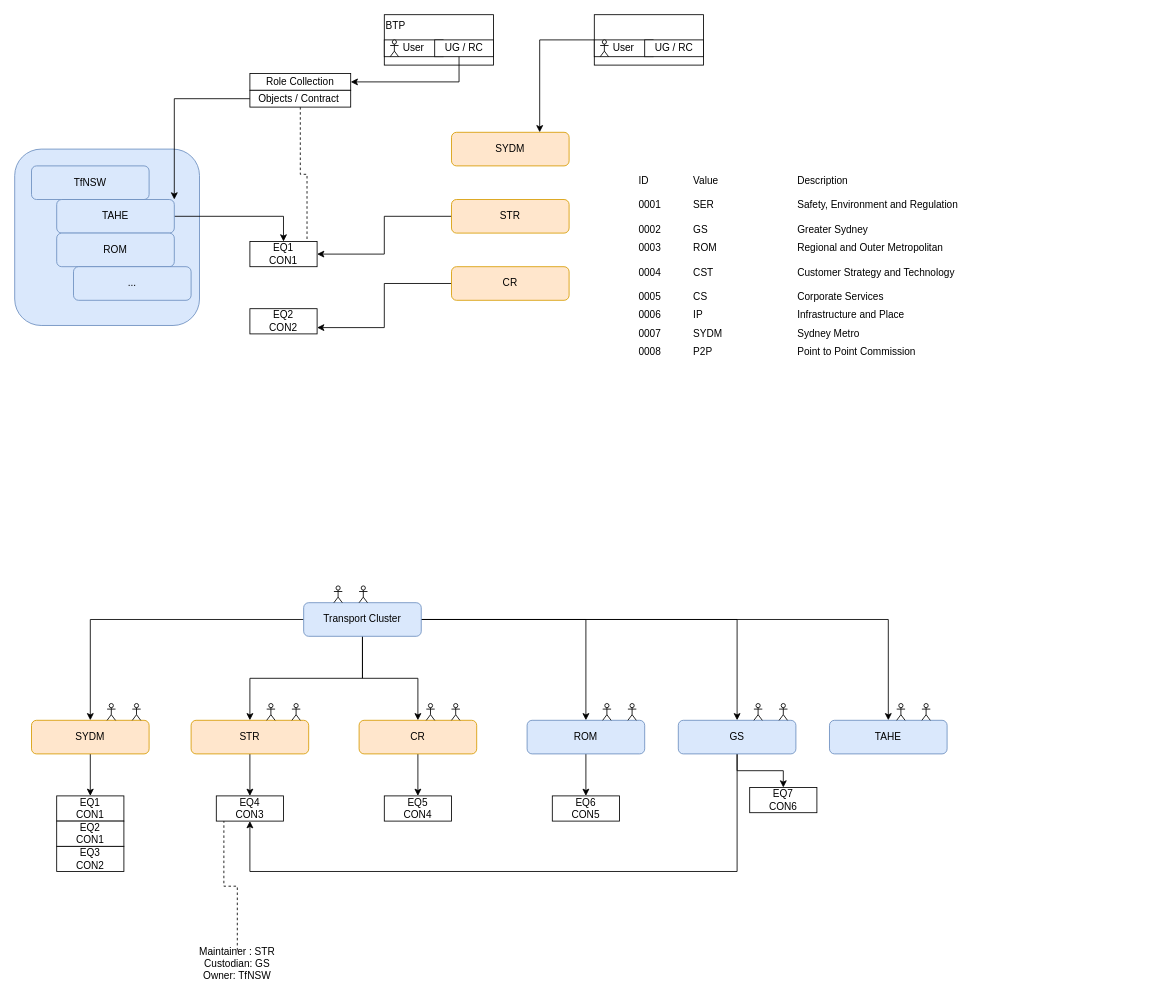
Above: page "DAC" (8 of 12) of Untitled Diagram.drawio in MohdSaifz/geojsons (draw.io), before the change. Source tidied: cells renumbered, new cells numbered last; positions are measured from the earlier drawing's top-left corner, leaving out a move shared by most shapes. Both pictures are drawn from the tidied source at 84%, with x=0, y=0 at pixel (14, 14).
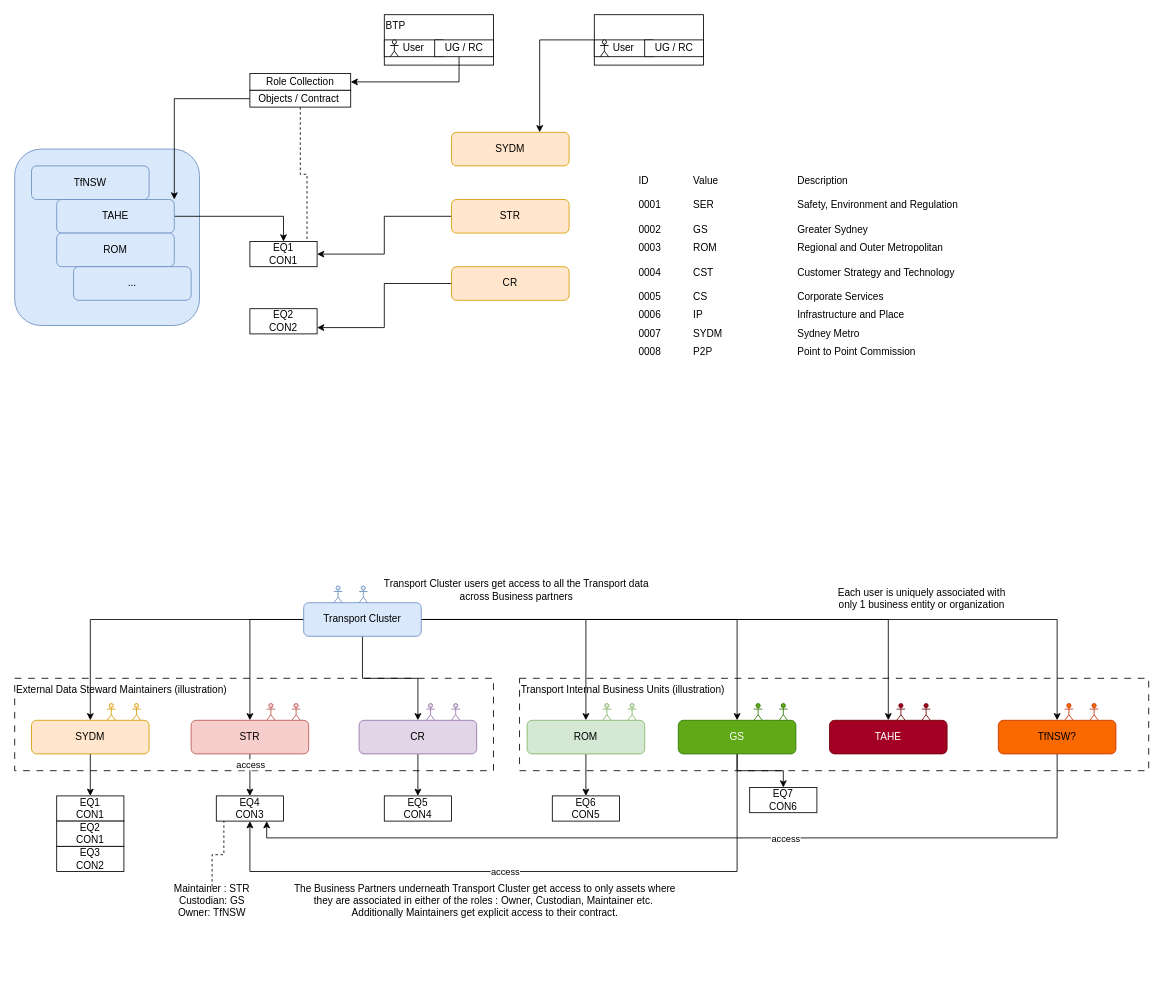
After the change.

Unchanged cells that the change refers to:
```xml
<mxCell id="21" value="Transport Cluster" style="rounded=1;whiteSpace=wrap;html=1;fillColor=#dae8fc;strokeColor=#6c8ebf;" parent="1" vertex="1">
  <mxGeometry x="344" y="700" width="140" height="40" as="geometry" />
</mxCell>
<mxCell id="24" style="edgeStyle=orthogonalEdgeStyle;rounded=0;jettySize=auto;html=1;entryX=0.5;entryY=0;entryDx=0;entryDy=0;" parent="1" edge="1" source="25" target="43">
  <mxGeometry relative="1" as="geometry" />
</mxCell>
<mxCell id="43" value="EQ4&lt;br&gt;CON3" style="rounded=0;whiteSpace=wrap;html=1;" parent="1" vertex="1">
  <mxGeometry x="240" y="930" width="80" height="30" as="geometry" />
</mxCell>
<mxCell id="47" style="edgeStyle=orthogonalEdgeStyle;rounded=0;jettySize=auto;html=1;entryX=0.5;entryY=1;entryDx=0;entryDy=0;" parent="1" edge="1" source="49" target="43">
  <mxGeometry relative="1" as="geometry">
    <Array as="points">
      <mxPoint x="860" y="1020" />
      <mxPoint x="280" y="1020" />
    </Array>
  </mxGeometry>
</mxCell>
```

What changed in the source:
```diff
@@
+    <mxCell id="72" value="Transport Internal Business Units (illustration)" style="rounded=0;whiteSpace=wrap;html=1;dashed=1;dashPattern=8 8;verticalAlign=top;align=left;" parent="1" vertex="1">
+      <mxGeometry x="601" y="790" width="749" height="110" as="geometry" />
+    </mxCell>
+    <mxCell id="73" value="External Data Steward Maintainers (illustration)" style="rounded=0;whiteSpace=wrap;html=1;dashed=1;dashPattern=8 8;verticalAlign=top;align=left;" parent="1" vertex="1">
+      <mxGeometry y="790" width="570" height="110" as="geometry" />
+    </mxCell>
@@
-    <mxCell id="16" style="edgeStyle=orthogonalEdgeStyle;rounded=0;jettySize=auto;html=1;" parent="1" edge="1" source="21" target="25">
+    <mxCell id="16" style="edgeStyle=orthogonalEdgeStyle;rounded=0;jettySize=auto;html=1;exitX=0;exitY=0.5;exitDx=0;exitDy=0;" parent="1" edge="1" source="21" target="25">
       <mxGeometry relative="1" as="geometry" />
     </mxCell>
@@
+    <mxCell id="74" style="edgeStyle=orthogonalEdgeStyle;rounded=0;jettySize=auto;html=1;" parent="1" edge="1" source="21" target="79">
+      <mxGeometry relative="1" as="geometry" />
+    </mxCell>
@@
+    <mxCell id="75" value="access" style="edgeLabel;html=1;align=center;verticalAlign=middle;" parent="24" vertex="1">
+      <mxGeometry x="-0.52" relative="1" as="geometry" />
+    </mxCell>
-    <mxCell id="25" value="STR" style="rounded=1;whiteSpace=wrap;html=1;fillColor=#ffe6cc;strokeColor=#d79b00;" parent="1" vertex="1">
+    <mxCell id="25" value="STR" style="rounded=1;whiteSpace=wrap;html=1;fillColor=#f8cecc;strokeColor=#b85450;" parent="1" vertex="1">
       <mxGeometry x="210" y="840" width="140" height="40" as="geometry" />
     </mxCell>
@@
-    <mxCell id="27" value="CR" style="rounded=1;whiteSpace=wrap;html=1;fillColor=#ffe6cc;strokeColor=#d79b00;" parent="1" vertex="1">
+    <mxCell id="27" value="CR" style="rounded=1;whiteSpace=wrap;html=1;fillColor=#e1d5e7;strokeColor=#9673a6;" parent="1" vertex="1">
       <mxGeometry x="410" y="840" width="140" height="40" as="geometry" />
     </mxCell>
@@
-    <mxCell id="29" value="ROM" style="rounded=1;whiteSpace=wrap;html=1;fillColor=#dae8fc;strokeColor=#6c8ebf;" parent="1" vertex="1">
+    <mxCell id="29" value="ROM" style="rounded=1;whiteSpace=wrap;html=1;fillColor=#d5e8d4;strokeColor=#82b366;" parent="1" vertex="1">
       <mxGeometry x="610" y="840" width="140" height="40" as="geometry" />
     </mxCell>
-    <mxCell id="30" style="shape=umlActor;verticalLabelPosition=bottom;verticalAlign=top;html=1;" parent="1" vertex="1">
+    <mxCell id="30" style="shape=umlActor;verticalLabelPosition=bottom;verticalAlign=top;html=1;fillColor=#dae8fc;strokeColor=#6c8ebf;" parent="1" vertex="1">
       <mxGeometry x="380" y="680" width="10" height="20" as="geometry" />
     </mxCell>
-    <mxCell id="31" style="shape=umlActor;verticalLabelPosition=bottom;verticalAlign=top;html=1;" parent="1" vertex="1">
+    <mxCell id="31" style="shape=umlActor;verticalLabelPosition=bottom;verticalAlign=top;html=1;fillColor=#dae8fc;strokeColor=#6c8ebf;" parent="1" vertex="1">
       <mxGeometry x="410" y="680" width="10" height="20" as="geometry" />
     </mxCell>
-    <mxCell id="32" style="shape=umlActor;verticalLabelPosition=bottom;verticalAlign=top;html=1;" parent="1" vertex="1">
+    <mxCell id="32" style="shape=umlActor;verticalLabelPosition=bottom;verticalAlign=top;html=1;fillColor=#ffe6cc;strokeColor=#d79b00;" parent="1" vertex="1">
       <mxGeometry x="110" y="820" width="10" height="20" as="geometry" />
     </mxCell>
-    <mxCell id="33" style="shape=umlActor;verticalLabelPosition=bottom;verticalAlign=top;html=1;" parent="1" vertex="1">
+    <mxCell id="33" style="shape=umlActor;verticalLabelPosition=bottom;verticalAlign=top;html=1;fillColor=#ffe6cc;strokeColor=#d79b00;" parent="1" vertex="1">
       <mxGeometry x="140" y="820" width="10" height="20" as="geometry" />
     </mxCell>
-    <mxCell id="34" style="shape=umlActor;verticalLabelPosition=bottom;verticalAlign=top;html=1;" parent="1" vertex="1">
+    <mxCell id="34" style="shape=umlActor;verticalLabelPosition=bottom;verticalAlign=top;html=1;fillColor=#f8cecc;strokeColor=#b85450;" parent="1" vertex="1">
       <mxGeometry x="300" y="820" width="10" height="20" as="geometry" />
     </mxCell>
-    <mxCell id="35" style="shape=umlActor;verticalLabelPosition=bottom;verticalAlign=top;html=1;" parent="1" vertex="1">
+    <mxCell id="35" style="shape=umlActor;verticalLabelPosition=bottom;verticalAlign=top;html=1;fillColor=#f8cecc;strokeColor=#b85450;" parent="1" vertex="1">
       <mxGeometry x="330" y="820" width="10" height="20" as="geometry" />
     </mxCell>
-    <mxCell id="36" style="shape=umlActor;verticalLabelPosition=bottom;verticalAlign=top;html=1;" parent="1" vertex="1">
+    <mxCell id="36" style="shape=umlActor;verticalLabelPosition=bottom;verticalAlign=top;html=1;fillColor=#e1d5e7;strokeColor=#9673a6;" parent="1" vertex="1">
       <mxGeometry x="490" y="820" width="10" height="20" as="geometry" />
     </mxCell>
-    <mxCell id="37" style="shape=umlActor;verticalLabelPosition=bottom;verticalAlign=top;html=1;" parent="1" vertex="1">
+    <mxCell id="37" style="shape=umlActor;verticalLabelPosition=bottom;verticalAlign=top;html=1;fillColor=#e1d5e7;strokeColor=#9673a6;" parent="1" vertex="1">
       <mxGeometry x="520" y="820" width="10" height="20" as="geometry" />
     </mxCell>
-    <mxCell id="38" style="shape=umlActor;verticalLabelPosition=bottom;verticalAlign=top;html=1;" parent="1" vertex="1">
+    <mxCell id="38" style="shape=umlActor;verticalLabelPosition=bottom;verticalAlign=top;html=1;fillColor=#d5e8d4;strokeColor=#82b366;" parent="1" vertex="1">
       <mxGeometry x="700" y="820" width="10" height="20" as="geometry" />
     </mxCell>
-    <mxCell id="39" style="shape=umlActor;verticalLabelPosition=bottom;verticalAlign=top;html=1;" parent="1" vertex="1">
+    <mxCell id="39" style="shape=umlActor;verticalLabelPosition=bottom;verticalAlign=top;html=1;fillColor=#d5e8d4;strokeColor=#82b366;" parent="1" vertex="1">
       <mxGeometry x="730" y="820" width="10" height="20" as="geometry" />
     </mxCell>
@@
+    <mxCell id="76" value="access" style="edgeLabel;html=1;align=center;verticalAlign=middle;" parent="47" vertex="1">
+      <mxGeometry x="0.07" relative="1" as="geometry" />
+    </mxCell>
@@
-    <mxCell id="49" value="GS" style="rounded=1;whiteSpace=wrap;html=1;fillColor=#dae8fc;strokeColor=#6c8ebf;" parent="1" vertex="1">
+    <mxCell id="49" value="GS" style="rounded=1;whiteSpace=wrap;html=1;fillColor=#60a917;strokeColor=#2D7600;fontColor=#ffffff;" parent="1" vertex="1">
       <mxGeometry x="790" y="840" width="140" height="40" as="geometry" />
     </mxCell>
-    <mxCell id="50" style="shape=umlActor;verticalLabelPosition=bottom;verticalAlign=top;html=1;" parent="1" vertex="1">
+    <mxCell id="50" style="shape=umlActor;verticalLabelPosition=bottom;verticalAlign=top;html=1;fillColor=#60a917;fontColor=#ffffff;strokeColor=#2D7600;" parent="1" vertex="1">
       <mxGeometry x="880" y="820" width="10" height="20" as="geometry" />
     </mxCell>
-    <mxCell id="51" style="shape=umlActor;verticalLabelPosition=bottom;verticalAlign=top;html=1;" parent="1" vertex="1">
+    <mxCell id="51" style="shape=umlActor;verticalLabelPosition=bottom;verticalAlign=top;html=1;fillColor=#60a917;fontColor=#ffffff;strokeColor=#2D7600;" parent="1" vertex="1">
       <mxGeometry x="910" y="820" width="10" height="20" as="geometry" />
     </mxCell>
@@
     <mxCell id="68" value="Maintainer : STR&lt;br&gt;Custodian: GS&lt;br&gt;Owner: TfNSW" style="text;html=1;strokeColor=none;fillColor=none;align=center;verticalAlign=middle;whiteSpace=wrap;rounded=0;" parent="1" vertex="1">
-      <mxGeometry x="180" y="1115" width="170" height="30" as="geometry" />
+      <mxGeometry x="150" y="1040" width="170" height="30" as="geometry" />
     </mxCell>
-    <mxCell id="69" value="TAHE" style="rounded=1;whiteSpace=wrap;html=1;fillColor=#dae8fc;strokeColor=#6c8ebf;" parent="1" vertex="1">
+    <mxCell id="69" value="TAHE" style="rounded=1;whiteSpace=wrap;html=1;fillColor=#a20025;strokeColor=#6F0000;fontColor=#ffffff;" parent="1" vertex="1">
       <mxGeometry x="970" y="840" width="140" height="40" as="geometry" />
     </mxCell>
-    <mxCell id="70" style="shape=umlActor;verticalLabelPosition=bottom;verticalAlign=top;html=1;" parent="1" vertex="1">
+    <mxCell id="70" style="shape=umlActor;verticalLabelPosition=bottom;verticalAlign=top;html=1;fillColor=#a20025;fontColor=#ffffff;strokeColor=#6F0000;" parent="1" vertex="1">
       <mxGeometry x="1050" y="820" width="10" height="20" as="geometry" />
     </mxCell>
-    <mxCell id="71" style="shape=umlActor;verticalLabelPosition=bottom;verticalAlign=top;html=1;" parent="1" vertex="1">
+    <mxCell id="71" style="shape=umlActor;verticalLabelPosition=bottom;verticalAlign=top;html=1;fillColor=#a20025;fontColor=#ffffff;strokeColor=#6F0000;" parent="1" vertex="1">
       <mxGeometry x="1080" y="820" width="10" height="20" as="geometry" />
     </mxCell>
+    <mxCell id="77" style="edgeStyle=orthogonalEdgeStyle;rounded=0;jettySize=auto;html=1;entryX=0.75;entryY=1;entryDx=0;entryDy=0;" parent="1" edge="1" source="79" target="43">
+      <mxGeometry relative="1" as="geometry">
+        <Array as="points">
+          <mxPoint x="1241" y="980" />
+          <mxPoint x="300" y="980" />
+        </Array>
+      </mxGeometry>
+    </mxCell>
+    <mxCell id="78" value="access" style="edgeLabel;html=1;align=center;verticalAlign=middle;" parent="77" vertex="1">
+      <mxGeometry x="-0.2" relative="1" as="geometry" />
+    </mxCell>
+    <mxCell id="79" value="TfNSW?" style="rounded=1;whiteSpace=wrap;html=1;fillColor=#fa6800;strokeColor=#C73500;fontColor=#000000;" parent="1" vertex="1">
+      <mxGeometry x="1171" y="840" width="140" height="40" as="geometry" />
+    </mxCell>
+    <mxCell id="80" style="shape=umlActor;verticalLabelPosition=bottom;verticalAlign=top;html=1;fillColor=#fa6800;fontColor=#000000;strokeColor=#C73500;" parent="1" vertex="1">
+      <mxGeometry x="1250" y="820" width="10" height="20" as="geometry" />
+    </mxCell>
+    <mxCell id="81" style="shape=umlActor;verticalLabelPosition=bottom;verticalAlign=top;html=1;fillColor=#fa6800;fontColor=#000000;strokeColor=#C73500;" parent="1" vertex="1">
+      <mxGeometry x="1280" y="820" width="10" height="20" as="geometry" />
+    </mxCell>
+    <mxCell id="82" value="Transport Cluster users get access to all the Transport data across Business partners" style="text;html=1;strokeColor=none;fillColor=none;align=center;verticalAlign=middle;whiteSpace=wrap;rounded=0;" parent="1" vertex="1">
+      <mxGeometry x="435" y="670" width="325" height="30" as="geometry" />
+    </mxCell>
+    <mxCell id="83" value="The Business Partners underneath Transport Cluster get access to only assets where they are associated in either of the roles : Owner, Custodian, Maintainer etc.&amp;nbsp;&lt;br&gt;Additionally Maintainers get explicit access to their contract." style="text;html=1;strokeColor=none;fillColor=none;align=center;verticalAlign=middle;whiteSpace=wrap;rounded=0;" parent="1" vertex="1">
+      <mxGeometry x="320" y="1040" width="480" height="30" as="geometry" />
+    </mxCell>
+    <mxCell id="84" value="Each user is uniquely associated with only 1 business entity or organization" style="text;html=1;strokeColor=none;fillColor=none;align=center;verticalAlign=middle;whiteSpace=wrap;rounded=0;" parent="1" vertex="1">
+      <mxGeometry x="970" y="680" width="220" height="30" as="geometry" />
+    </mxCell>
```
